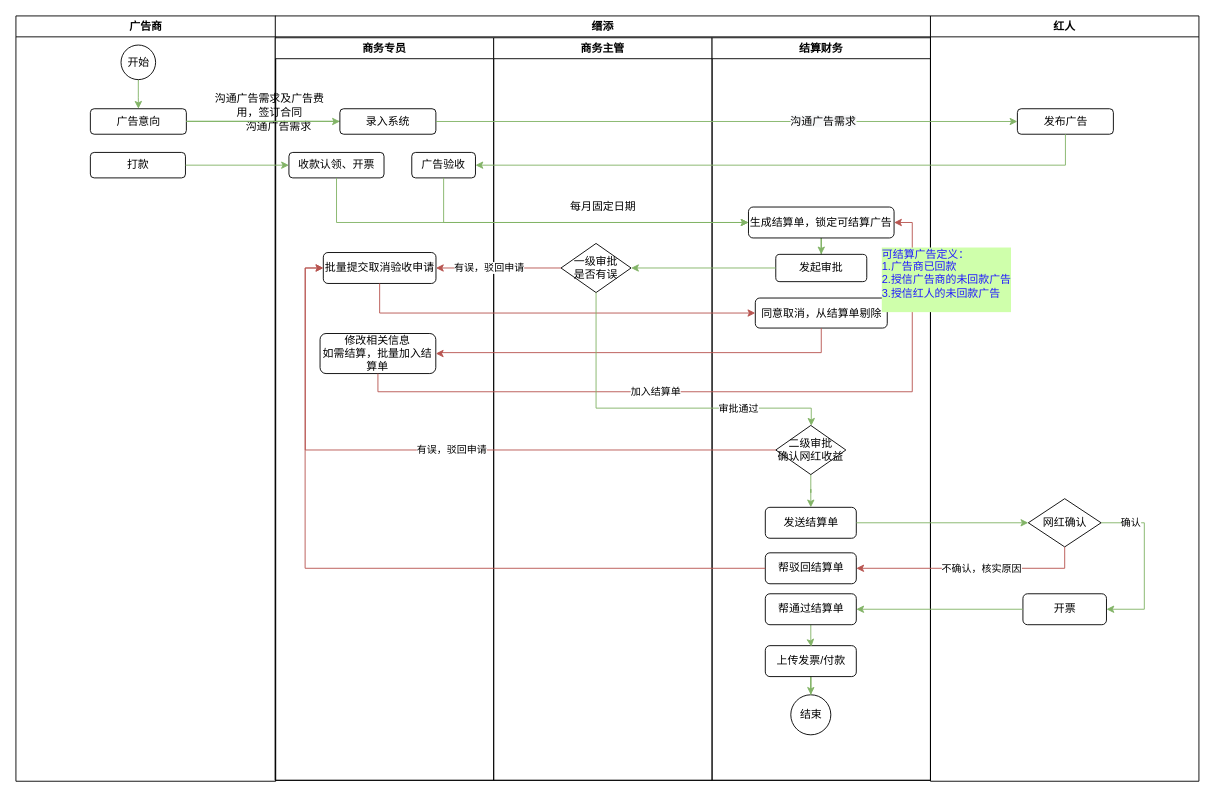
Earlier version of the draw.io diagram Untitled Diagram.drawio (Lucreziacici/work-diary). Source tidied: cells renumbered, new cells numbered last; positions are measured from the earlier drawing's top-left corner, leaving out a move shared by most shapes. Both pictures are drawn from the tidied source at 91%, with x=0, y=0 at pixel (15, 15).
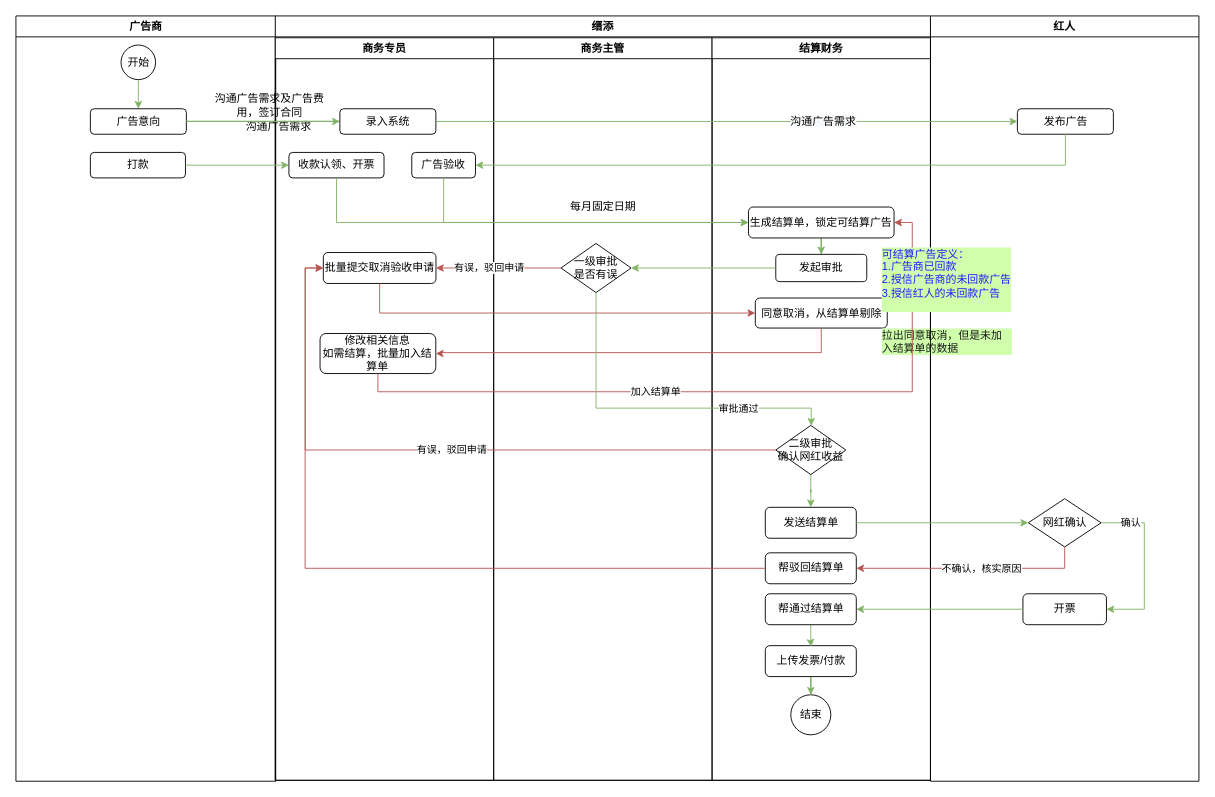
After the change.

Unchanged cells that the change refers to:
```xml
<mxCell id="20" value="结算财务" style="swimlane;whiteSpace=wrap;sketch=0;rounded=0;shadow=0;" parent="8" vertex="1">
  <mxGeometry x="480" y="24" width="240" height="816" as="geometry" />
</mxCell>
```

Diff of the diagram source:
```diff
@@
+    <mxCell id="65" value="拉出同意取消，但是未加入结算单的数据" style="text;html=1;strokeColor=none;fillColor=none;align=left;verticalAlign=middle;whiteSpace=wrap;rounded=0;labelBackgroundColor=#CFFFAB;fontColor=#1A1A1A;" parent="20" vertex="1">
+      <mxGeometry x="185" y="307" width="145" height="53" as="geometry" />
+    </mxCell>
```
